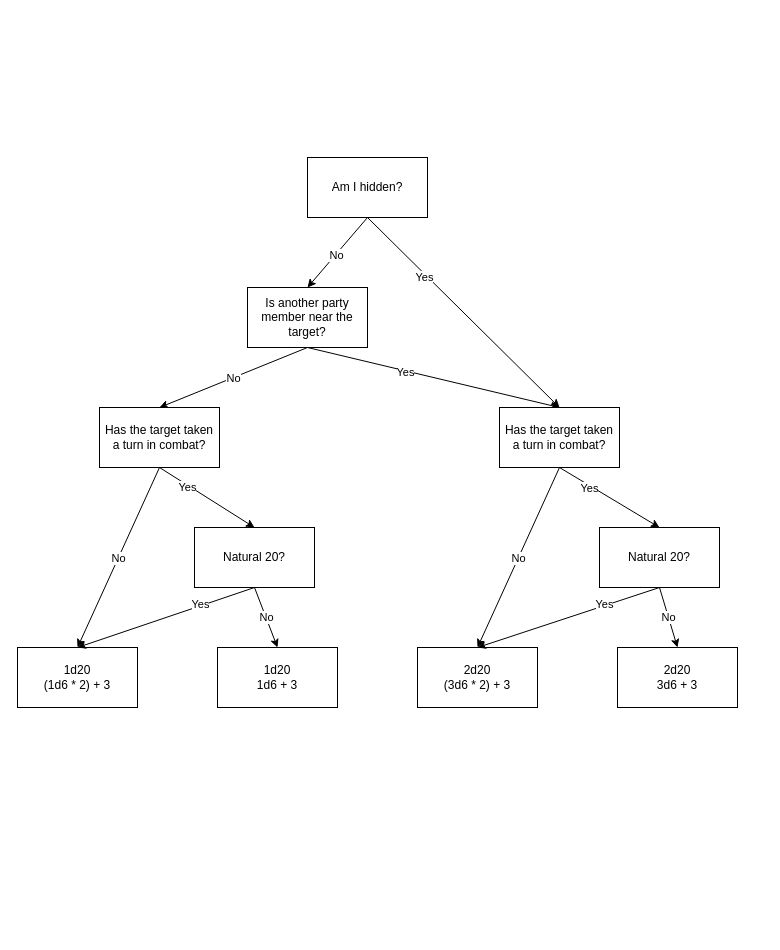
Above: Poc-Flow.drawio in marcusspain/drawings (draw.io), before the change. Source tidied: cells renumbered, new cells numbered last; positions are measured from the earlier drawing's top-left corner, leaving out a move shared by most shapes. Both pictures are drawn from the tidied source at 100%, with x=0, y=0 at pixel (17, 157).
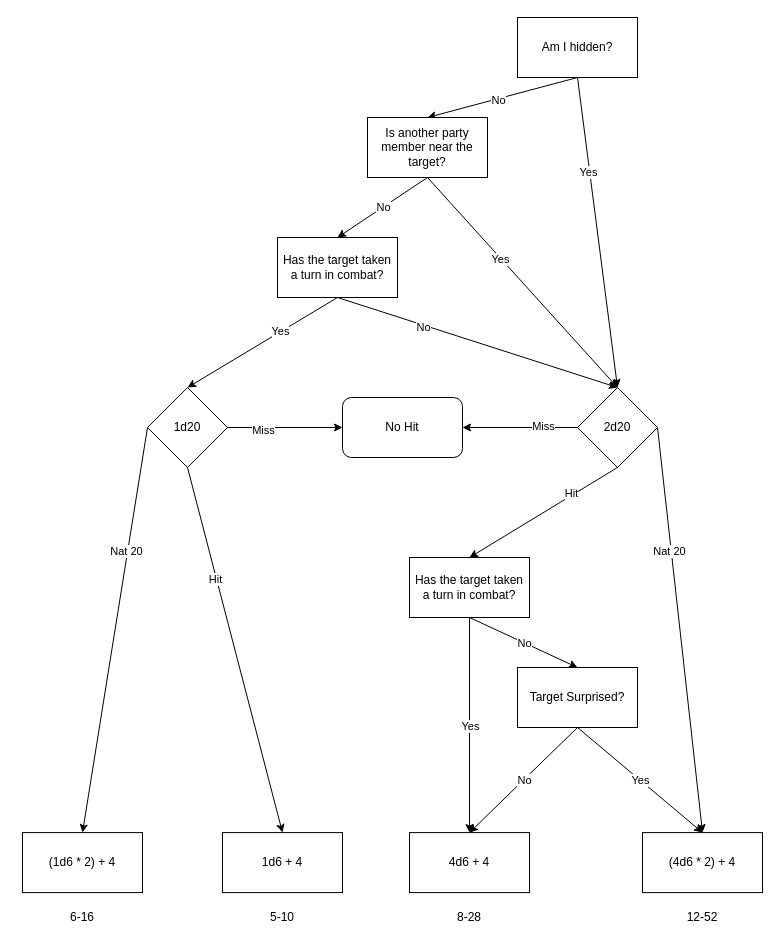
Above is the later version.

Change to the diagram source:
```diff
@@
     <mxCell id="2" value="Am I hidden?" style="rounded=0;whiteSpace=wrap;html=1;" parent="1" vertex="1">
-      <mxGeometry x="290" width="120" height="60" as="geometry" />
+      <mxGeometry x="500" y="-140" width="120" height="60" as="geometry" />
     </mxCell>
-    <mxCell id="3" value="2d20&lt;br&gt;3d6 + 3" style="rounded=0;whiteSpace=wrap;html=1;" parent="1" vertex="1">
-      <mxGeometry x="600" y="490" width="120" height="60" as="geometry" />
+    <mxCell id="3" value="4d6 + 4" style="rounded=0;whiteSpace=wrap;html=1;" parent="1" vertex="1">
+      <mxGeometry x="392" y="675.1" width="120" height="60" as="geometry" />
     </mxCell>
-    <mxCell id="4" value="1d20&lt;br&gt;1d6 + 3" style="rounded=0;whiteSpace=wrap;html=1;" parent="1" vertex="1">
-      <mxGeometry x="200" y="490" width="120" height="60" as="geometry" />
+    <mxCell id="4" value="1d6 + 4" style="rounded=0;whiteSpace=wrap;html=1;" parent="1" vertex="1">
+      <mxGeometry x="205" y="675.1" width="120" height="60" as="geometry" />
     </mxCell>
-    <mxCell id="5" style="endArrow=classic;html=1;rounded=0;exitX=0.5;exitY=1;exitDx=0;exitDy=0;entryX=0.5;entryY=0;entryDx=0;entryDy=0;" parent="1" edge="1" source="2" target="16">
+    <mxCell id="5" style="endArrow=classic;html=1;rounded=0;exitX=0.5;exitY=1;exitDx=0;exitDy=0;entryX=0.5;entryY=0;entryDx=0;entryDy=0;" parent="1" edge="1" source="2" target="37">
       <mxGeometry relative="1" as="geometry" />
     </mxCell>
@@
     <mxCell id="9" value="Is another party member near the target?" style="rounded=0;whiteSpace=wrap;html=1;" parent="1" vertex="1">
-      <mxGeometry x="230" y="130" width="120" height="60" as="geometry" />
+      <mxGeometry x="350" y="-40" width="120" height="60" as="geometry" />
     </mxCell>
-    <mxCell id="10" style="endArrow=classic;html=1;rounded=0;exitX=0.5;exitY=1;exitDx=0;exitDy=0;entryX=0.5;entryY=0;entryDx=0;entryDy=0;" parent="1" edge="1" source="9" target="16">
+    <mxCell id="10" style="endArrow=classic;html=1;rounded=0;exitX=0.5;exitY=1;exitDx=0;exitDy=0;entryX=0.5;entryY=0;entryDx=0;entryDy=0;" parent="1" edge="1" source="9" target="37">
       <mxGeometry relative="1" as="geometry" />
     </mxCell>
@@
-    <mxCell id="14" value="2d20&lt;br&gt;(3d6 * 2) + 3" style="rounded=0;whiteSpace=wrap;html=1;" parent="1" vertex="1">
-      <mxGeometry x="400" y="490" width="120" height="60" as="geometry" />
+    <mxCell id="14" value="(4d6 * 2) + 4" style="rounded=0;whiteSpace=wrap;html=1;" parent="1" vertex="1">
+      <mxGeometry x="625" y="675.1" width="120" height="60" as="geometry" />
     </mxCell>
-    <mxCell id="15" value="1d20&lt;br&gt;(1d6 * 2) + 3" style="rounded=0;whiteSpace=wrap;html=1;" parent="1" vertex="1">
-      <mxGeometry y="490" width="120" height="60" as="geometry" />
+    <mxCell id="15" value="(1d6 * 2) + 4" style="rounded=0;whiteSpace=wrap;html=1;" parent="1" vertex="1">
+      <mxGeometry x="5" y="675.1" width="120" height="60" as="geometry" />
     </mxCell>
     <mxCell id="16" value="Has the target taken a turn in combat?" style="rounded=0;whiteSpace=wrap;html=1;" parent="1" vertex="1">
-      <mxGeometry x="482" y="250" width="120" height="60" as="geometry" />
+      <mxGeometry x="392" y="400" width="120" height="60" as="geometry" />
     </mxCell>
-    <mxCell id="17" value="Natural 20?" style="rounded=0;whiteSpace=wrap;html=1;" parent="1" vertex="1">
-      <mxGeometry x="177" y="370" width="120" height="60" as="geometry" />
-    </mxCell>
-    <mxCell id="18" value="Natural 20?" style="rounded=0;whiteSpace=wrap;html=1;" parent="1" vertex="1">
-      <mxGeometry x="582" y="370" width="120" height="60" as="geometry" />
-    </mxCell>
-    <mxCell id="19" value="Has the target taken a turn in combat?" style="rounded=0;whiteSpace=wrap;html=1;" parent="1" vertex="1">
-      <mxGeometry x="82" y="250" width="120" height="60" as="geometry" />
-    </mxCell>
-    <mxCell id="20" style="endArrow=classic;html=1;rounded=0;exitX=0.5;exitY=1;exitDx=0;exitDy=0;entryX=0.5;entryY=0;entryDx=0;entryDy=0;" parent="1" edge="1" source="19" target="15">
-      <mxGeometry relative="1" as="geometry" />
-    </mxCell>
-    <mxCell id="21" value="No" style="edgeLabel;html=1;align=center;verticalAlign=middle;" parent="20" vertex="1">
-      <mxGeometry relative="1" as="geometry" />
-    </mxCell>
-    <mxCell id="22" style="endArrow=classic;html=1;rounded=0;exitX=0.5;exitY=1;exitDx=0;exitDy=0;entryX=0.5;entryY=0;entryDx=0;entryDy=0;" parent="1" edge="1" source="16" target="14">
+    <mxCell id="22" style="endArrow=classic;html=1;rounded=0;entryX=0.5;entryY=0;entryDx=0;entryDy=0;exitX=0.5;exitY=1;exitDx=0;exitDy=0;" parent="1" edge="1" source="57" target="3">
       <mxGeometry relative="1" as="geometry" />
     </mxCell>
@@
-    <mxCell id="24" style="endArrow=classic;html=1;rounded=0;exitX=0.5;exitY=1;exitDx=0;exitDy=0;entryX=0.5;entryY=0;entryDx=0;entryDy=0;" parent="1" edge="1" source="19" target="17">
-      <mxGeometry relative="1" as="geometry" />
-    </mxCell>
-    <mxCell id="25" value="Yes&lt;br&gt;" style="edgeLabel;html=1;align=center;verticalAlign=middle;" parent="24" vertex="1">
-      <mxGeometry x="-0.39" y="-2" relative="1" as="geometry" />
-    </mxCell>
-    <mxCell id="26" style="endArrow=classic;html=1;rounded=0;entryX=0.5;entryY=0;entryDx=0;entryDy=0;exitX=0.5;exitY=1;exitDx=0;exitDy=0;" parent="1" edge="1" source="16" target="18">
+    <mxCell id="26" style="endArrow=classic;html=1;rounded=0;entryX=0.5;entryY=0;entryDx=0;entryDy=0;exitX=1;exitY=0.5;exitDx=0;exitDy=0;" parent="1" edge="1" source="37" target="14">
       <mxGeometry relative="1" as="geometry" />
     </mxCell>
-    <mxCell id="27" value="Yes&lt;br&gt;" style="edgeLabel;html=1;align=center;verticalAlign=middle;" parent="26" vertex="1">
+    <mxCell id="27" value="Nat 20" style="edgeLabel;html=1;align=center;verticalAlign=middle;" parent="26" vertex="1">
       <mxGeometry x="-0.39" y="-2" relative="1" as="geometry" />
     </mxCell>
-    <mxCell id="28" style="endArrow=classic;html=1;rounded=0;exitX=0.5;exitY=1;exitDx=0;exitDy=0;entryX=0.5;entryY=0;entryDx=0;entryDy=0;" parent="1" edge="1" source="18" target="3">
+    <mxCell id="28" style="endArrow=classic;html=1;rounded=0;entryX=0.5;entryY=0;entryDx=0;entryDy=0;exitX=0.5;exitY=1;exitDx=0;exitDy=0;" parent="1" edge="1" source="16" target="3">
       <mxGeometry relative="1" as="geometry" />
     </mxCell>
-    <mxCell id="29" value="No" style="edgeLabel;html=1;align=center;verticalAlign=middle;" parent="28" vertex="1">
+    <mxCell id="29" value="Yes" style="edgeLabel;html=1;align=center;verticalAlign=middle;" parent="28" vertex="1">
       <mxGeometry relative="1" as="geometry" />
     </mxCell>
-    <mxCell id="30" style="endArrow=classic;html=1;rounded=0;entryX=0.5;entryY=0;entryDx=0;entryDy=0;exitX=0.5;exitY=1;exitDx=0;exitDy=0;" parent="1" edge="1" source="18" target="14">
-      <mxGeometry relative="1" as="geometry" />
-    </mxCell>
-    <mxCell id="31" value="Yes&lt;br&gt;" style="edgeLabel;html=1;align=center;verticalAlign=middle;" parent="30" vertex="1">
-      <mxGeometry x="-0.39" y="-2" relative="1" as="geometry" />
-    </mxCell>
-    <mxCell id="32" style="endArrow=classic;html=1;rounded=0;exitX=0.5;exitY=1;exitDx=0;exitDy=0;entryX=0.5;entryY=0;entryDx=0;entryDy=0;" parent="1" edge="1" source="17" target="15">
-      <mxGeometry relative="1" as="geometry" />
-    </mxCell>
-    <mxCell id="33" value="Yes&lt;br&gt;" style="edgeLabel;html=1;align=center;verticalAlign=middle;" parent="32" vertex="1">
-      <mxGeometry x="-0.39" y="-2" relative="1" as="geometry" />
-    </mxCell>
-    <mxCell id="34" style="endArrow=classic;html=1;rounded=0;entryX=0.5;entryY=0;entryDx=0;entryDy=0;exitX=0.5;exitY=1;exitDx=0;exitDy=0;" parent="1" edge="1" source="17" target="4">
-      <mxGeometry relative="1" as="geometry" />
-    </mxCell>
-    <mxCell id="35" value="No" style="edgeLabel;html=1;align=center;verticalAlign=middle;" parent="34" vertex="1">
-      <mxGeometry relative="1" as="geometry" />
-    </mxCell>
+    <mxCell id="36" value="1d20" style="rhombus;whiteSpace=wrap;html=1;" parent="1" vertex="1">
+      <mxGeometry x="130" y="230" width="80" height="80" as="geometry" />
+    </mxCell>
+    <mxCell id="37" value="2d20" style="rhombus;whiteSpace=wrap;html=1;" parent="1" vertex="1">
+      <mxGeometry x="560" y="230" width="80" height="80" as="geometry" />
+    </mxCell>
+    <mxCell id="38" value="No Hit" style="rounded=1;whiteSpace=wrap;html=1;" parent="1" vertex="1">
+      <mxGeometry x="325" y="240" width="120" height="60" as="geometry" />
+    </mxCell>
+    <mxCell id="39" style="endArrow=classic;html=1;rounded=0;exitX=0;exitY=0.5;exitDx=0;exitDy=0;entryX=1;entryY=0.5;entryDx=0;entryDy=0;" parent="1" edge="1" source="37" target="38">
+      <mxGeometry relative="1" as="geometry" />
+    </mxCell>
+    <mxCell id="40" value="Miss" style="edgeLabel;html=1;align=center;verticalAlign=middle;" parent="39" vertex="1">
+      <mxGeometry x="-0.39" y="-2" relative="1" as="geometry" />
+    </mxCell>
+    <mxCell id="41" style="endArrow=classic;html=1;rounded=0;exitX=0.5;exitY=1;exitDx=0;exitDy=0;entryX=0.5;entryY=0;entryDx=0;entryDy=0;" parent="1" edge="1" source="37" target="16">
+      <mxGeometry relative="1" as="geometry" />
+    </mxCell>
+    <mxCell id="42" value="Hit" style="edgeLabel;html=1;align=center;verticalAlign=middle;" parent="41" vertex="1">
+      <mxGeometry x="-0.39" y="-2" relative="1" as="geometry" />
+    </mxCell>
+    <mxCell id="43" style="endArrow=classic;html=1;rounded=0;exitX=1;exitY=0.5;exitDx=0;exitDy=0;entryX=0;entryY=0.5;entryDx=0;entryDy=0;" parent="1" edge="1" source="36" target="38">
+      <mxGeometry relative="1" as="geometry" />
+    </mxCell>
+    <mxCell id="44" value="Miss" style="edgeLabel;html=1;align=center;verticalAlign=middle;" parent="43" vertex="1">
+      <mxGeometry x="-0.39" y="-2" relative="1" as="geometry" />
+    </mxCell>
+    <mxCell id="45" style="endArrow=classic;html=1;rounded=0;exitX=0.5;exitY=1;exitDx=0;exitDy=0;entryX=0.5;entryY=0;entryDx=0;entryDy=0;" parent="1" edge="1" source="36" target="4">
+      <mxGeometry relative="1" as="geometry" />
+    </mxCell>
+    <mxCell id="46" value="Hit" style="edgeLabel;html=1;align=center;verticalAlign=middle;" parent="45" vertex="1">
+      <mxGeometry x="-0.39" y="-2" relative="1" as="geometry" />
+    </mxCell>
+    <mxCell id="47" style="endArrow=classic;html=1;rounded=0;exitX=0;exitY=0.5;exitDx=0;exitDy=0;entryX=0.5;entryY=0;entryDx=0;entryDy=0;" parent="1" edge="1" source="36" target="15">
+      <mxGeometry relative="1" as="geometry" />
+    </mxCell>
+    <mxCell id="48" value="Nat 20" style="edgeLabel;html=1;align=center;verticalAlign=middle;" parent="47" vertex="1">
+      <mxGeometry x="-0.39" y="-2" relative="1" as="geometry" />
+    </mxCell>
+    <mxCell id="49" value="12-52" style="text;html=1;strokeColor=none;fillColor=none;align=center;verticalAlign=middle;whiteSpace=wrap;rounded=0;" parent="1" vertex="1">
+      <mxGeometry x="655" y="745.1" width="60" height="30" as="geometry" />
+    </mxCell>
+    <mxCell id="50" value="8-28" style="text;html=1;strokeColor=none;fillColor=none;align=center;verticalAlign=middle;whiteSpace=wrap;rounded=0;" parent="1" vertex="1">
+      <mxGeometry x="422" y="745.1" width="60" height="30" as="geometry" />
+    </mxCell>
+    <mxCell id="51" value="5-10" style="text;html=1;strokeColor=none;fillColor=none;align=center;verticalAlign=middle;whiteSpace=wrap;rounded=0;" parent="1" vertex="1">
+      <mxGeometry x="235" y="745.1" width="60" height="30" as="geometry" />
+    </mxCell>
+    <mxCell id="52" value="6-16" style="text;html=1;strokeColor=none;fillColor=none;align=center;verticalAlign=middle;whiteSpace=wrap;rounded=0;" parent="1" vertex="1">
+      <mxGeometry x="35" y="745.1" width="60" height="30" as="geometry" />
+    </mxCell>
+    <mxCell id="19" value="Has the target taken a turn in combat?" style="rounded=0;whiteSpace=wrap;html=1;" parent="1" vertex="1">
+      <mxGeometry x="260" y="80" width="120" height="60" as="geometry" />
+    </mxCell>
+    <mxCell id="53" style="endArrow=classic;html=1;rounded=0;exitX=0.5;exitY=1;exitDx=0;exitDy=0;entryX=0.5;entryY=0;entryDx=0;entryDy=0;" parent="1" edge="1" source="19" target="37">
+      <mxGeometry relative="1" as="geometry" />
+    </mxCell>
+    <mxCell id="54" value="No" style="edgeLabel;html=1;align=center;verticalAlign=middle;" parent="53" vertex="1">
+      <mxGeometry x="-0.39" y="-2" relative="1" as="geometry" />
+    </mxCell>
+    <mxCell id="55" style="endArrow=classic;html=1;rounded=0;exitX=0.5;exitY=1;exitDx=0;exitDy=0;entryX=0.5;entryY=0;entryDx=0;entryDy=0;" parent="1" edge="1" source="19" target="36">
+      <mxGeometry relative="1" as="geometry" />
+    </mxCell>
+    <mxCell id="56" value="Yes" style="edgeLabel;html=1;align=center;verticalAlign=middle;" parent="55" vertex="1">
+      <mxGeometry x="-0.23" y="-1" relative="1" as="geometry" />
+    </mxCell>
+    <mxCell id="57" value="Target Surprised?" style="rounded=0;whiteSpace=wrap;html=1;" parent="1" vertex="1">
+      <mxGeometry x="500" y="510" width="120" height="60" as="geometry" />
+    </mxCell>
+    <mxCell id="58" style="endArrow=classic;html=1;rounded=0;entryX=0.5;entryY=0;entryDx=0;entryDy=0;exitX=0.5;exitY=1;exitDx=0;exitDy=0;" parent="1" edge="1" source="16" target="57">
+      <mxGeometry relative="1" as="geometry" />
+    </mxCell>
+    <mxCell id="59" value="No" style="edgeLabel;html=1;align=center;verticalAlign=middle;" parent="58" vertex="1">
+      <mxGeometry relative="1" as="geometry" />
+    </mxCell>
+    <mxCell id="60" style="endArrow=classic;html=1;rounded=0;entryX=0.5;entryY=0;entryDx=0;entryDy=0;exitX=0.5;exitY=1;exitDx=0;exitDy=0;" parent="1" edge="1" source="57" target="14">
+      <mxGeometry relative="1" as="geometry" />
+    </mxCell>
+    <mxCell id="61" value="Yes" style="edgeLabel;html=1;align=center;verticalAlign=middle;" parent="60" vertex="1">
+      <mxGeometry relative="1" as="geometry" />
+    </mxCell>
```
